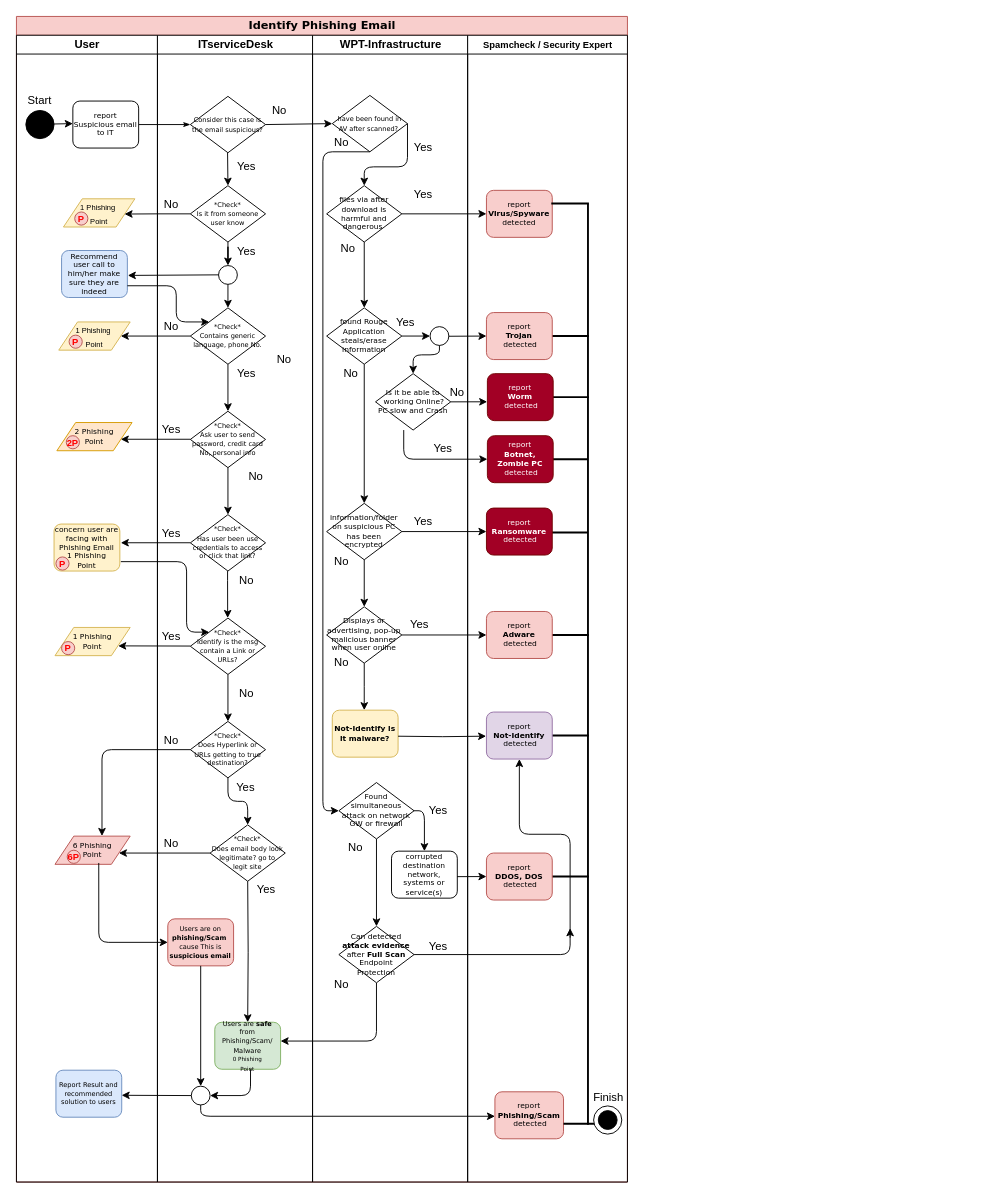
Earlier version of the draw.io diagram Untitled Diagram.drawio (psukasame/sukasamecloud). Source tidied: cells renumbered, new cells numbered last; positions are measured from the earlier drawing's top-left corner, leaving out a move shared by most shapes. Both pictures are drawn from the tidied source at 94%, with x=0, y=0 at pixel (16, 16).
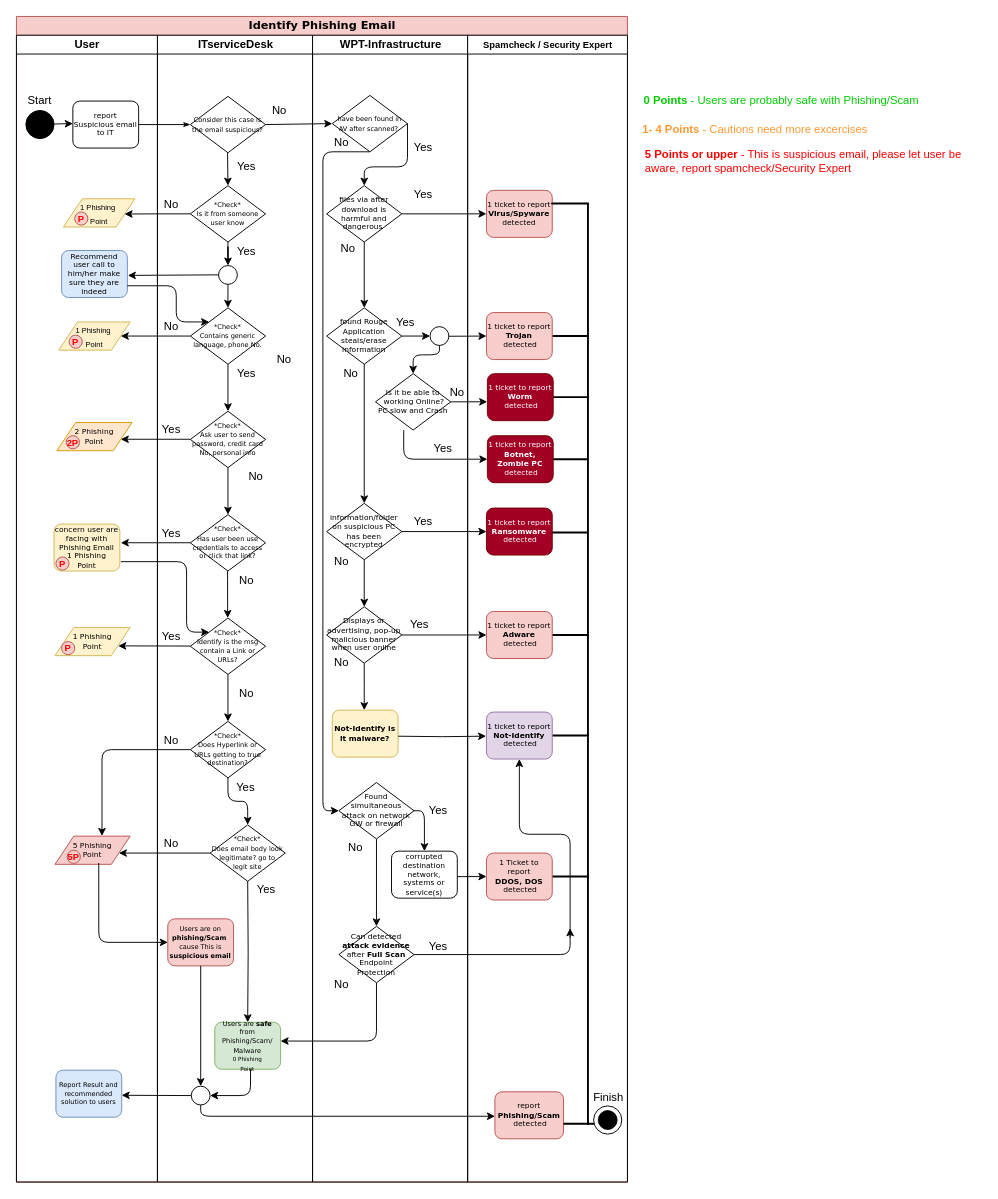
The same diagram, later.

The change refers to these unchanged cells:
```xml
<mxCell id="4" value="User" style="swimlane;html=1;startSize=20;" parent="2" vertex="1">
  <mxGeometry y="20" width="150" height="1220" as="geometry" />
</mxCell>
<mxCell id="120" value="&lt;font style=&quot;font-size: 10px&quot;&gt;Spamcheck / Security Expert&lt;/font&gt;" style="swimlane;html=1;startSize=20;" parent="2" vertex="1">
  <mxGeometry x="480" y="20" width="170" height="1220" as="geometry" />
</mxCell>
```

The edit, as a diff of the source:
```diff
@@
-    <mxCell id="20" value="6 Phishing&lt;br&gt;Point" style="shape=parallelogram;perimeter=parallelogramPerimeter;whiteSpace=wrap;html=1;fixedSize=1;rounded=0;shadow=0;fontFamily=Verdana;fontSize=8;strokeWidth=1;fillColor=#f8cecc;strokeColor=#b85450;" parent="4" vertex="1">
+    <mxCell id="20" value="5 Phishing&lt;br&gt;Point" style="shape=parallelogram;perimeter=parallelogramPerimeter;whiteSpace=wrap;html=1;fixedSize=1;rounded=0;shadow=0;fontFamily=Verdana;fontSize=8;strokeWidth=1;fillColor=#f8cecc;strokeColor=#b85450;" parent="4" vertex="1">
       <mxGeometry x="41" y="852" width="80" height="30" as="geometry" />
     </mxCell>
-    <mxCell id="21" value="&lt;font style=&quot;font-size: 10px&quot; color=&quot;#ff0000&quot;&gt;&lt;b&gt;6P&lt;/b&gt;&lt;/font&gt;" style="ellipse;whiteSpace=wrap;html=1;fillColor=#f8cecc;strokeColor=#b85450;" parent="4" vertex="1">
+    <mxCell id="21" value="&lt;font style=&quot;font-size: 10px&quot; color=&quot;#ff0000&quot;&gt;&lt;b&gt;5P&lt;/b&gt;&lt;/font&gt;" style="ellipse;whiteSpace=wrap;html=1;fillColor=#f8cecc;strokeColor=#b85450;" parent="4" vertex="1">
       <mxGeometry x="54" y="867" width="14" height="14" as="geometry" />
     </mxCell>
@@
-    <mxCell id="128" value="report &lt;br&gt;&lt;b&gt;Trojan&lt;br&gt;&lt;/b&gt;&amp;nbsp;detected" style="rounded=1;whiteSpace=wrap;html=1;shadow=0;labelBackgroundColor=none;strokeWidth=1;fontFamily=Verdana;fontSize=8;align=center;fillColor=#f8cecc;strokeColor=#b85450;" parent="120" vertex="1">
+    <mxCell id="128" value="1 ticket to report &lt;br&gt;&lt;b&gt;Trojan&lt;br&gt;&lt;/b&gt;&amp;nbsp;detected" style="rounded=1;whiteSpace=wrap;html=1;shadow=0;labelBackgroundColor=none;strokeWidth=1;fontFamily=Verdana;fontSize=8;align=center;fillColor=#f8cecc;strokeColor=#b85450;" parent="120" vertex="1">
       <mxGeometry x="20" y="295" width="70" height="50" as="geometry" />
     </mxCell>
-    <mxCell id="129" value="report &lt;br&gt;&lt;b&gt;Ransomware&lt;br&gt;&lt;/b&gt;&amp;nbsp;detected" style="rounded=1;whiteSpace=wrap;html=1;shadow=0;labelBackgroundColor=none;strokeWidth=1;fontFamily=Verdana;fontSize=8;align=center;fillColor=#a20025;strokeColor=#6F0000;fontColor=#ffffff;" parent="120" vertex="1">
+    <mxCell id="129" value="1 ticket to report &lt;br&gt;&lt;b&gt;Ransomware&lt;br&gt;&lt;/b&gt;&amp;nbsp;detected" style="rounded=1;whiteSpace=wrap;html=1;shadow=0;labelBackgroundColor=none;strokeWidth=1;fontFamily=Verdana;fontSize=8;align=center;fillColor=#a20025;strokeColor=#6F0000;fontColor=#ffffff;" parent="120" vertex="1">
       <mxGeometry x="20" y="503" width="70" height="50" as="geometry" />
     </mxCell>
-    <mxCell id="130" value="report &lt;br&gt;&lt;b&gt;Worm&lt;br&gt;&lt;/b&gt;&amp;nbsp;detected" style="rounded=1;whiteSpace=wrap;html=1;shadow=0;labelBackgroundColor=none;strokeWidth=1;fontFamily=Verdana;fontSize=8;align=center;fillColor=#a20025;strokeColor=#6F0000;fontColor=#ffffff;" parent="120" vertex="1">
+    <mxCell id="130" value="1 ticket to report &lt;br&gt;&lt;b&gt;Worm&lt;br&gt;&lt;/b&gt;&amp;nbsp;detected" style="rounded=1;whiteSpace=wrap;html=1;shadow=0;labelBackgroundColor=none;strokeWidth=1;fontFamily=Verdana;fontSize=8;align=center;fillColor=#a20025;strokeColor=#6F0000;fontColor=#ffffff;" parent="120" vertex="1">
       <mxGeometry x="21" y="360" width="70" height="50" as="geometry" />
     </mxCell>
-    <mxCell id="131" value="report &lt;br&gt;&lt;b&gt;Botnet, Zombie PC&lt;br&gt;&lt;/b&gt;&amp;nbsp;detected" style="rounded=1;whiteSpace=wrap;html=1;shadow=0;labelBackgroundColor=none;strokeWidth=1;fontFamily=Verdana;fontSize=8;align=center;fillColor=#a20025;strokeColor=#6F0000;fontColor=#ffffff;" parent="120" vertex="1">
+    <mxCell id="131" value="1 ticket to report &lt;br&gt;&lt;b&gt;Botnet, Zombie PC&lt;br&gt;&lt;/b&gt;&amp;nbsp;detected" style="rounded=1;whiteSpace=wrap;html=1;shadow=0;labelBackgroundColor=none;strokeWidth=1;fontFamily=Verdana;fontSize=8;align=center;fillColor=#a20025;strokeColor=#6F0000;fontColor=#ffffff;" parent="120" vertex="1">
       <mxGeometry x="21" y="426" width="70" height="50" as="geometry" />
     </mxCell>
-    <mxCell id="132" value="report&lt;br&gt;&lt;b&gt;Adware&lt;br&gt;&lt;/b&gt;&amp;nbsp;detected" style="rounded=1;whiteSpace=wrap;html=1;shadow=0;labelBackgroundColor=none;strokeWidth=1;fontFamily=Verdana;fontSize=8;align=center;fillColor=#f8cecc;strokeColor=#b85450;" parent="120" vertex="1">
+    <mxCell id="132" value="1 ticket to report&lt;br&gt;&lt;b&gt;Adware&lt;br&gt;&lt;/b&gt;&amp;nbsp;detected" style="rounded=1;whiteSpace=wrap;html=1;shadow=0;labelBackgroundColor=none;strokeWidth=1;fontFamily=Verdana;fontSize=8;align=center;fillColor=#f8cecc;strokeColor=#b85450;" parent="120" vertex="1">
       <mxGeometry x="20" y="613" width="70" height="50" as="geometry" />
     </mxCell>
-    <mxCell id="133" value="report&lt;br&gt;&lt;b&gt;Not-Identify&lt;br&gt;&lt;/b&gt;&amp;nbsp;detected" style="rounded=1;whiteSpace=wrap;html=1;shadow=0;labelBackgroundColor=none;strokeWidth=1;fontFamily=Verdana;fontSize=8;align=center;fillColor=#e1d5e7;strokeColor=#9673a6;" parent="120" vertex="1">
+    <mxCell id="133" value="1 ticket to report&lt;br&gt;&lt;b&gt;Not-Identify&lt;br&gt;&lt;/b&gt;&amp;nbsp;detected" style="rounded=1;whiteSpace=wrap;html=1;shadow=0;labelBackgroundColor=none;strokeWidth=1;fontFamily=Verdana;fontSize=8;align=center;fillColor=#e1d5e7;strokeColor=#9673a6;" parent="120" vertex="1">
       <mxGeometry x="20" y="720" width="70" height="50" as="geometry" />
     </mxCell>
-    <mxCell id="134" value="report&lt;br&gt;&lt;b&gt;DDOS, DOS&lt;br&gt;&lt;/b&gt;&amp;nbsp;detected" style="rounded=1;whiteSpace=wrap;html=1;shadow=0;labelBackgroundColor=none;strokeWidth=1;fontFamily=Verdana;fontSize=8;align=center;fillColor=#f8cecc;strokeColor=#b85450;" parent="120" vertex="1">
+    <mxCell id="134" value="1 Ticket to report&lt;br&gt;&lt;b&gt;DDOS, DOS&lt;br&gt;&lt;/b&gt;&amp;nbsp;detected" style="rounded=1;whiteSpace=wrap;html=1;shadow=0;labelBackgroundColor=none;strokeWidth=1;fontFamily=Verdana;fontSize=8;align=center;fillColor=#f8cecc;strokeColor=#b85450;" parent="120" vertex="1">
       <mxGeometry x="20" y="870" width="70" height="50" as="geometry" />
     </mxCell>
@@
-    <mxCell id="143" value="report &lt;b&gt;Virus/Spyware&lt;/b&gt; detected" style="rounded=1;whiteSpace=wrap;html=1;shadow=0;labelBackgroundColor=none;strokeWidth=1;fontFamily=Verdana;fontSize=8;align=center;fillColor=#f8cecc;strokeColor=#b85450;" parent="120" vertex="1">
+    <mxCell id="143" value="1 ticket to report &lt;b&gt;Virus/Spyware&lt;/b&gt; detected" style="rounded=1;whiteSpace=wrap;html=1;shadow=0;labelBackgroundColor=none;strokeWidth=1;fontFamily=Verdana;fontSize=8;align=center;fillColor=#f8cecc;strokeColor=#b85450;" parent="120" vertex="1">
       <mxGeometry x="20" y="165" width="70" height="50" as="geometry" />
     </mxCell>
@@
+    <mxCell id="151" value="&lt;b&gt;0 Points&lt;/b&gt; - Users are probably safe with Phishing/Scam" style="text;html=1;strokeColor=none;fillColor=none;align=center;verticalAlign=middle;whiteSpace=wrap;rounded=0;fontColor=#00CC00;" parent="1" vertex="1">
+      <mxGeometry x="639" y="80" width="350" height="20" as="geometry" />
+    </mxCell>
+    <mxCell id="152" value="&lt;b&gt;1- 4 Points&lt;/b&gt; - Cautions need more excercises" style="text;html=1;strokeColor=none;fillColor=none;align=center;verticalAlign=middle;whiteSpace=wrap;rounded=0;fontColor=#FF9933;" parent="1" vertex="1">
+      <mxGeometry x="611" y="110" width="350" height="20" as="geometry" />
+    </mxCell>
+    <mxCell id="153" value="&lt;b&gt;5 Points or upper&lt;/b&gt; - This is suspicious email, please let user be aware, report spamcheck/Security Expert" style="text;html=1;strokeColor=none;align=left;verticalAlign=middle;whiteSpace=wrap;rounded=0;fontColor=#FF0000;" parent="1" vertex="1">
+      <mxGeometry x="667" y="144" width="360" height="20" as="geometry" />
+    </mxCell>
```
